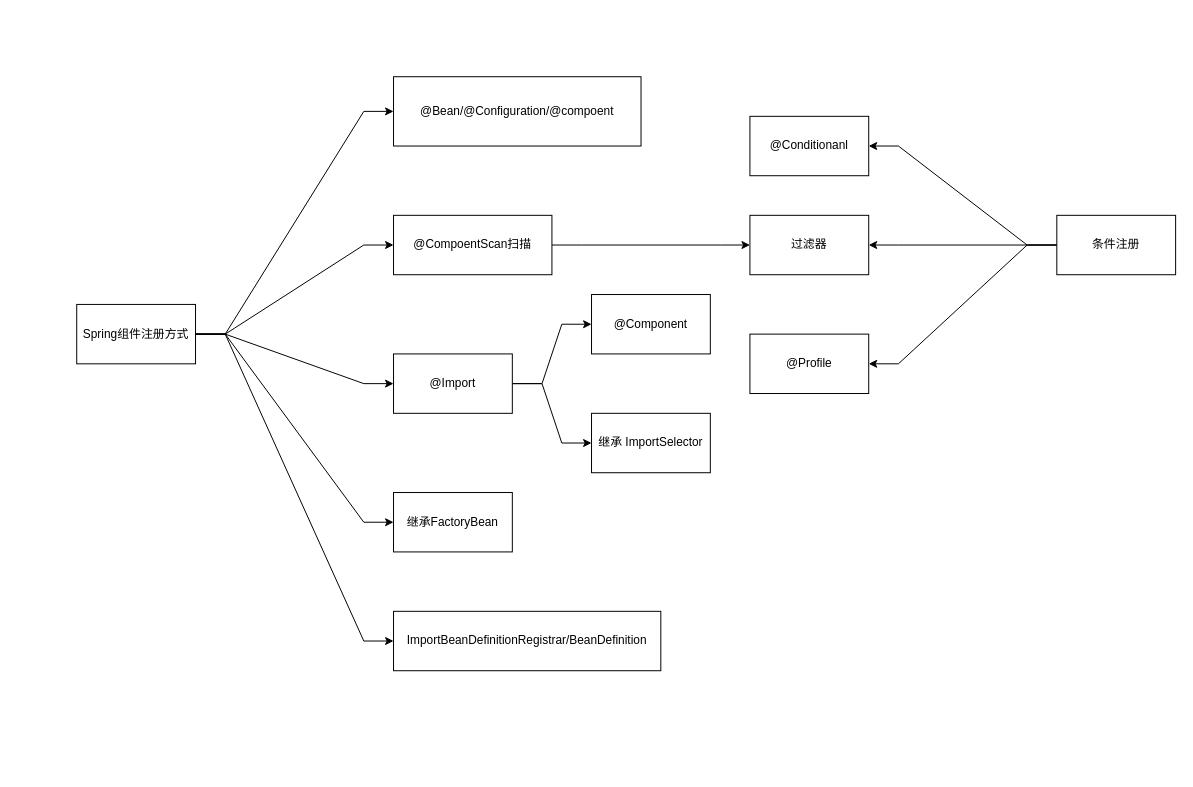
This is page "组件注册方法" (3 of 5) of spring.drawio from zhfk/drawo.io.mydiagrams, a draw.io file, before an edit. Source tidied: cells renumbered, new cells numbered last; positions are measured from the earlier drawing's top-left corner, leaving out a move shared by most shapes. Both pictures are drawn from the tidied source at 99%, with x=0, y=0 at pixel (76, 76).
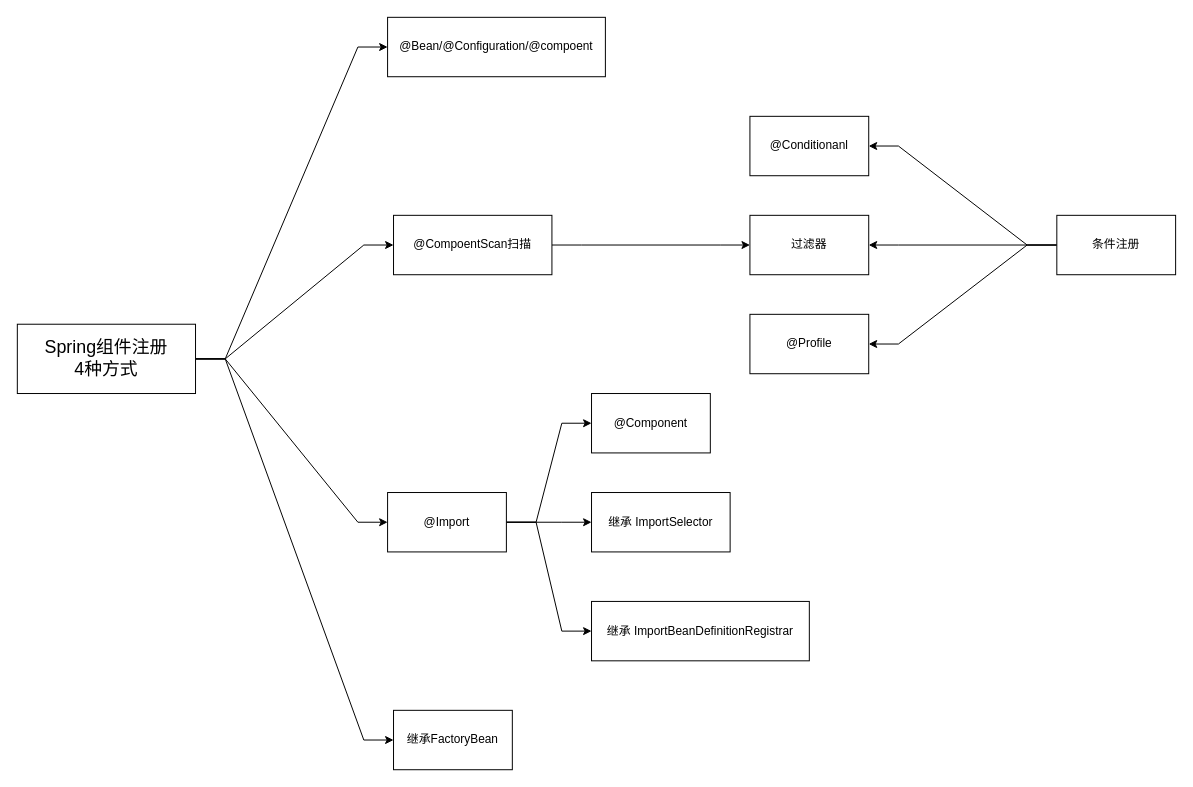
Above is the later version.

Change to the diagram source:
```diff
@@
-    <mxCell id="6" style="edgeStyle=entityRelationEdgeStyle;rounded=0;jettySize=auto;html=1;exitX=1;exitY=0.5;exitDx=0;exitDy=0;" parent="1" edge="1" source="7" target="16">
+    <mxCell id="6" style="edgeStyle=entityRelationEdgeStyle;rounded=0;jettySize=auto;html=1;exitX=1;exitY=0.5;exitDx=0;exitDy=0;" parent="1" edge="1" source="13" target="16">
       <mxGeometry relative="1" as="geometry" />
     </mxCell>
-    <mxCell id="7" value="Spring组件注册方式" style="rounded=0;whiteSpace=wrap;html=1;" parent="1" vertex="1">
-      <mxGeometry y="230" width="120" height="60" as="geometry" />
+    <mxCell id="7" value="&lt;font style=&quot;font-size: 18px&quot;&gt;Spring组件注册&lt;br&gt;4种方式&lt;/font&gt;" style="rounded=0;whiteSpace=wrap;html=1;" parent="1" vertex="1">
+      <mxGeometry x="-60" y="250" width="180" height="70" as="geometry" />
     </mxCell>
     <mxCell id="8" value="@Bean/@Configuration/@compoent" style="rounded=0;whiteSpace=wrap;html=1;" parent="1" vertex="1">
-      <mxGeometry x="320" width="250" height="70" as="geometry" />
+      <mxGeometry x="314" y="-60" width="220" height="60" as="geometry" />
     </mxCell>
@@
     <mxCell id="13" value="@Import" style="whiteSpace=wrap;html=1;rounded=0;" parent="1" vertex="1">
-      <mxGeometry x="320" y="280" width="120" height="60" as="geometry" />
+      <mxGeometry x="314" y="420" width="120" height="60" as="geometry" />
     </mxCell>
     <mxCell id="14" value="继承FactoryBean" style="whiteSpace=wrap;html=1;rounded=0;" parent="1" vertex="1">
-      <mxGeometry x="320" y="420" width="120" height="60" as="geometry" />
+      <mxGeometry x="320" y="640" width="120" height="60" as="geometry" />
     </mxCell>
     <mxCell id="15" value="继承 ImportSelector&lt;br&gt;" style="whiteSpace=wrap;html=1;rounded=0;" parent="1" vertex="1">
-      <mxGeometry x="520" y="340" width="120" height="60" as="geometry" />
+      <mxGeometry x="520" y="420" width="140" height="60" as="geometry" />
     </mxCell>
-    <mxCell id="16" value="ImportBeanDefinitionRegistrar/BeanDefinition" style="whiteSpace=wrap;html=1;rounded=0;" parent="1" vertex="1">
-      <mxGeometry x="320" y="540" width="270" height="60" as="geometry" />
+    <mxCell id="16" value="继承 ImportBeanDefinitionRegistrar" style="whiteSpace=wrap;html=1;rounded=0;" parent="1" vertex="1">
+      <mxGeometry x="520" y="530" width="220" height="60" as="geometry" />
     </mxCell>
@@
     <mxCell id="23" value="@Profile" style="whiteSpace=wrap;html=1;rounded=0;" parent="1" vertex="1">
-      <mxGeometry x="680" y="260" width="120" height="60" as="geometry" />
+      <mxGeometry x="680" y="240" width="120" height="60" as="geometry" />
     </mxCell>
     <mxCell id="24" value="@Component" style="whiteSpace=wrap;html=1;rounded=0;" parent="1" vertex="1">
-      <mxGeometry x="520" y="220" width="120" height="60" as="geometry" />
+      <mxGeometry x="520" y="320" width="120" height="60" as="geometry" />
     </mxCell>
```
